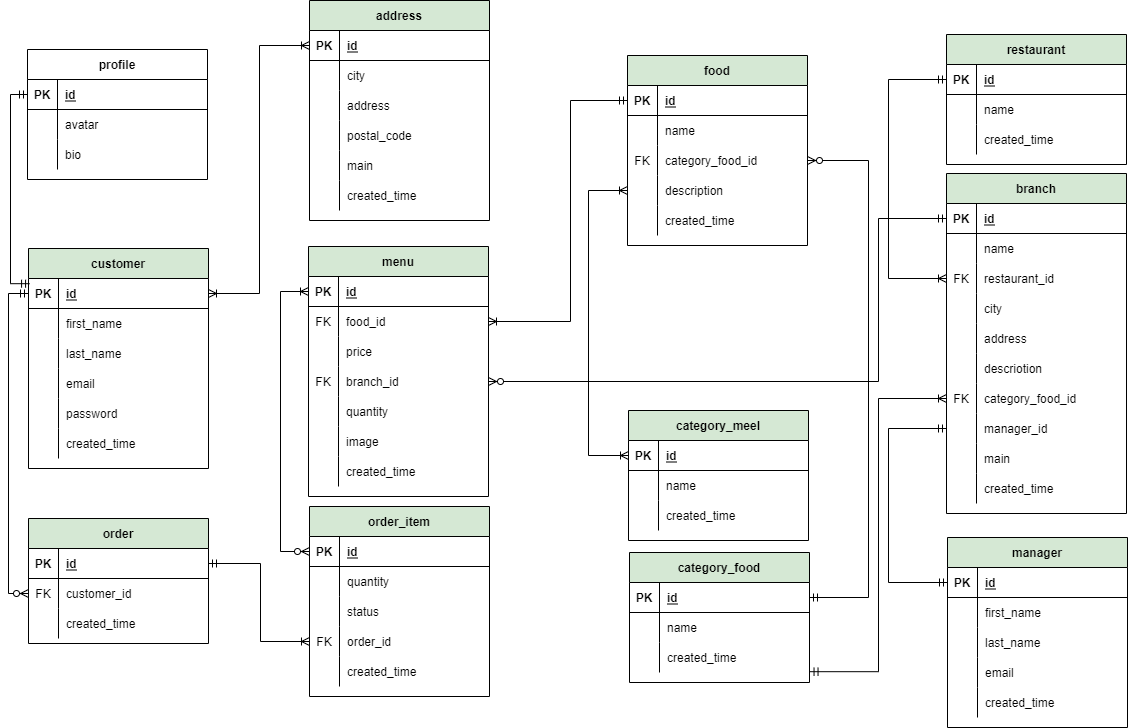
Earlier version of the draw.io export Untitled Diagram.drawio (12).png (samane1404/maktab_final_project). Source tidied: cells renumbered, new cells last; positions are measured from the earlier drawing's top-left corner, leaving out a move shared by most shapes.
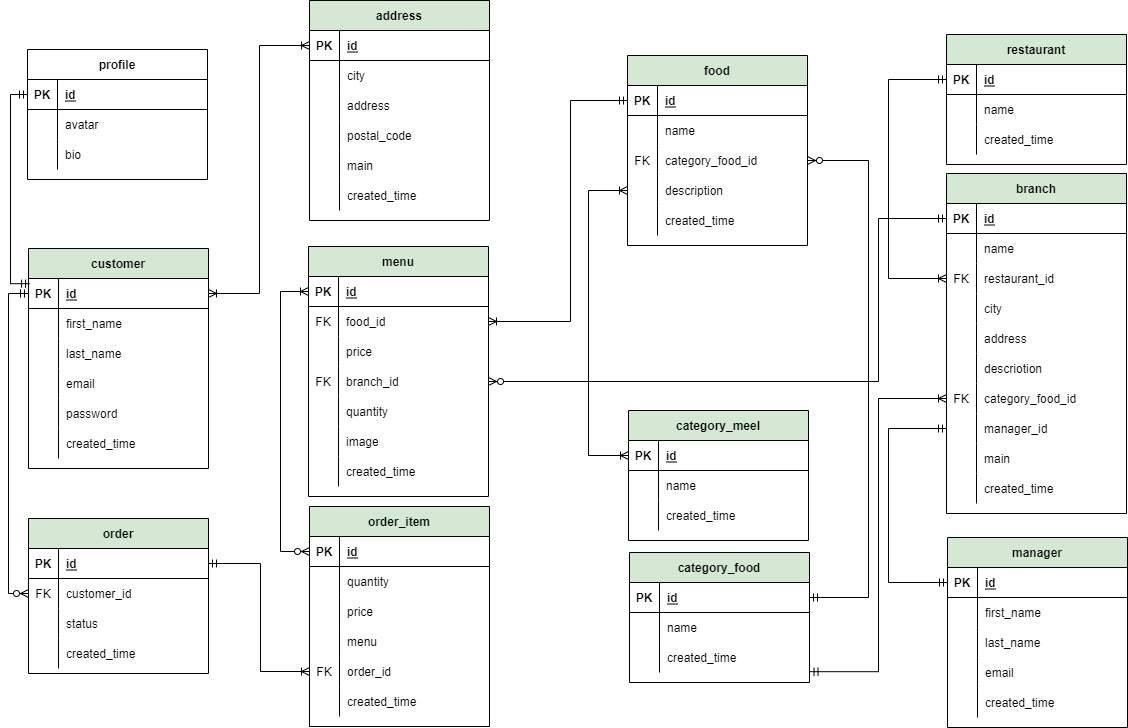
The same diagram one commit later.

Commit message:
add price total to erd and order item model

Diff of the diagram source:
```diff
@@ -481,7 +481,7 @@
       <mxGeometry x="30" width="150" height="30" as="geometry" />
     </mxCell>
     <mxCell id="157" value="order" style="shape=table;startSize=30;rowLines=0;fontStyle=1;align=center;fillColor=#D5E8D4;" parent="1" vertex="1">
-      <mxGeometry x="20" y="518" width="180" height="125" as="geometry" />
+      <mxGeometry x="20" y="518" width="180" height="155" as="geometry" />
     </mxCell>
     <mxCell id="158" style="shape=partialRectangle;fillColor=none;top=0;left=0;bottom=1;right=0;points=[[0,0.5],[1,0.5]];portConstraint=eastwest;" parent="157" vertex="1">
       <mxGeometry y="30" width="180" height="30" as="geometry" />
@@ -501,8 +501,17 @@
     <mxCell id="163" value="customer_id" style="shape=partialRectangle;fillColor=none;top=0;left=0;bottom=0;right=0;align=left;spacingLeft=6;overflow=hidden;" parent="161" vertex="1">
       <mxGeometry x="30" width="150" height="30" as="geometry" />
     </mxCell>
+    <mxCell id="203" style="shape=partialRectangle;fillColor=none;top=0;left=0;bottom=0;right=0;" parent="157" vertex="1">
+      <mxGeometry y="90" width="180" height="30" as="geometry" />
+    </mxCell>
+    <mxCell id="204" style="shape=partialRectangle;fillColor=none;top=0;left=0;bottom=0;right=0;overflow=hidden;" parent="203" vertex="1">
+      <mxGeometry width="30" height="30" as="geometry" />
+    </mxCell>
+    <mxCell id="176" value="status" style="shape=partialRectangle;fillColor=none;top=0;left=0;bottom=0;right=0;align=left;spacingLeft=6;overflow=hidden;" parent="203" vertex="1">
+      <mxGeometry x="30" width="150" height="30" as="geometry" />
+    </mxCell>
     <mxCell id="164" style="shape=partialRectangle;fillColor=none;top=0;left=0;bottom=0;right=0;" parent="157" vertex="1">
-      <mxGeometry y="90" width="180" height="30" as="geometry" />
+      <mxGeometry y="120" width="180" height="30" as="geometry" />
     </mxCell>
     <mxCell id="165" style="shape=partialRectangle;fillColor=none;top=0;left=0;bottom=0;right=0;overflow=hidden;" parent="164" vertex="1">
       <mxGeometry width="30" height="30" as="geometry" />
@@ -511,7 +520,7 @@
       <mxGeometry x="30" width="150" height="30" as="geometry" />
     </mxCell>
     <mxCell id="167" value="order_item" style="shape=table;startSize=30;rowLines=0;fontStyle=1;align=center;fillColor=#D5E8D4;" parent="1" vertex="1">
-      <mxGeometry x="301" y="506" width="180" height="190" as="geometry" />
+      <mxGeometry x="301" y="506" width="180" height="220" as="geometry" />
     </mxCell>
     <mxCell id="168" style="shape=partialRectangle;fillColor=none;top=0;left=0;bottom=1;right=0;points=[[0,0.5],[1,0.5]];portConstraint=eastwest;" parent="167" vertex="1">
       <mxGeometry y="30" width="180" height="30" as="geometry" />
@@ -531,17 +540,26 @@
     <mxCell id="173" value="quantity" style="shape=partialRectangle;fillColor=none;top=0;left=0;bottom=0;right=0;align=left;spacingLeft=6;overflow=hidden;" parent="171" vertex="1">
       <mxGeometry x="30" width="150" height="30" as="geometry" />
     </mxCell>
-    <mxCell id="174" style="shape=partialRectangle;fillColor=none;top=0;left=0;bottom=0;right=0;" parent="167" vertex="1">
-      <mxGeometry y="90" width="180" height="30" as="geometry" />
-    </mxCell>
-    <mxCell id="175" style="shape=partialRectangle;fillColor=none;top=0;left=0;bottom=0;right=0;overflow=hidden;" parent="174" vertex="1">
-      <mxGeometry width="30" height="30" as="geometry" />
-    </mxCell>
-    <mxCell id="176" value="status" style="shape=partialRectangle;fillColor=none;top=0;left=0;bottom=0;right=0;align=left;spacingLeft=6;overflow=hidden;" parent="174" vertex="1">
-      <mxGeometry x="30" width="150" height="30" as="geometry" />
-    </mxCell>
+    <mxCell id="205" style="shape=partialRectangle;fillColor=none;top=0;left=0;bottom=0;right=0;" parent="167" vertex="1">
+      <mxGeometry y="90" width="180" height="30" as="geometry" />
+    </mxCell>
+    <mxCell id="206" style="shape=partialRectangle;fillColor=none;top=0;left=0;bottom=0;right=0;overflow=hidden;" parent="205" vertex="1">
+      <mxGeometry width="30" height="30" as="geometry" />
+    </mxCell>
+    <mxCell id="207" value="price" style="shape=partialRectangle;fillColor=none;top=0;left=0;bottom=0;right=0;align=left;spacingLeft=6;overflow=hidden;" parent="205" vertex="1">
+      <mxGeometry x="30" width="150" height="30" as="geometry" />
+    </mxCell>
+    <mxCell id="208" style="shape=partialRectangle;fillColor=none;top=0;left=0;bottom=0;right=0;" parent="167" vertex="1">
+      <mxGeometry y="120" width="180" height="30" as="geometry" />
+    </mxCell>
+    <mxCell id="209" style="shape=partialRectangle;fillColor=none;top=0;left=0;bottom=0;right=0;overflow=hidden;" parent="208" vertex="1">
+      <mxGeometry width="30" height="30" as="geometry" />
+    </mxCell>
+    <mxCell id="210" value="menu" style="shape=partialRectangle;fillColor=none;top=0;left=0;bottom=0;right=0;align=left;spacingLeft=6;overflow=hidden;" parent="208" vertex="1">
+      <mxGeometry x="30" width="150" height="30" as="geometry" />
+    </mxCell>
     <mxCell id="177" style="shape=partialRectangle;fillColor=none;top=0;left=0;bottom=0;right=0;points=[[0,0.5],[1,0.5]];portConstraint=eastwest;" parent="167" vertex="1">
-      <mxGeometry y="120" width="180" height="30" as="geometry" />
+      <mxGeometry y="150" width="180" height="30" as="geometry" />
     </mxCell>
     <mxCell id="178" value="FK" style="shape=partialRectangle;fillColor=none;top=0;left=0;bottom=0;right=0;overflow=hidden;" parent="177" vertex="1">
       <mxGeometry width="30" height="30" as="geometry" />
@@ -550,7 +568,7 @@
       <mxGeometry x="30" width="150" height="30" as="geometry" />
     </mxCell>
     <mxCell id="180" style="shape=partialRectangle;fillColor=none;top=0;left=0;bottom=0;right=0;" parent="167" vertex="1">
-      <mxGeometry y="150" width="180" height="30" as="geometry" />
+      <mxGeometry y="180" width="180" height="30" as="geometry" />
     </mxCell>
     <mxCell id="181" style="shape=partialRectangle;fillColor=none;top=0;left=0;bottom=0;right=0;overflow=hidden;" parent="180" vertex="1">
       <mxGeometry width="30" height="30" as="geometry" />
```
